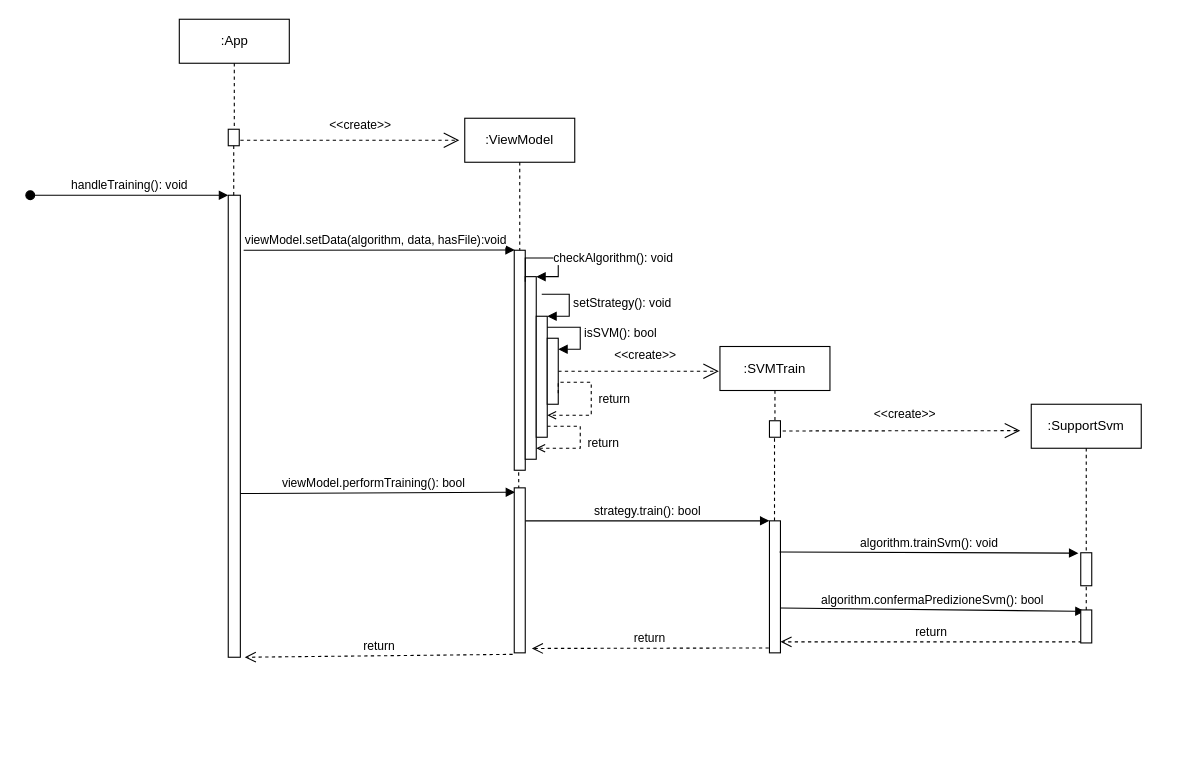
teamafkSWE/PredireInGrafana-docs keeps this draw.io diagram as Diagrams/Sequence_diagrams/trainSVM.drawio. Above is the earlier version. Source tidied: cells renumbered, new cells numbered last; positions are measured from the earlier drawing's top-left corner, leaving out a move shared by most shapes. Both pictures are drawn from the tidied source at 110%, with x=0, y=0 at pixel (30, 19).
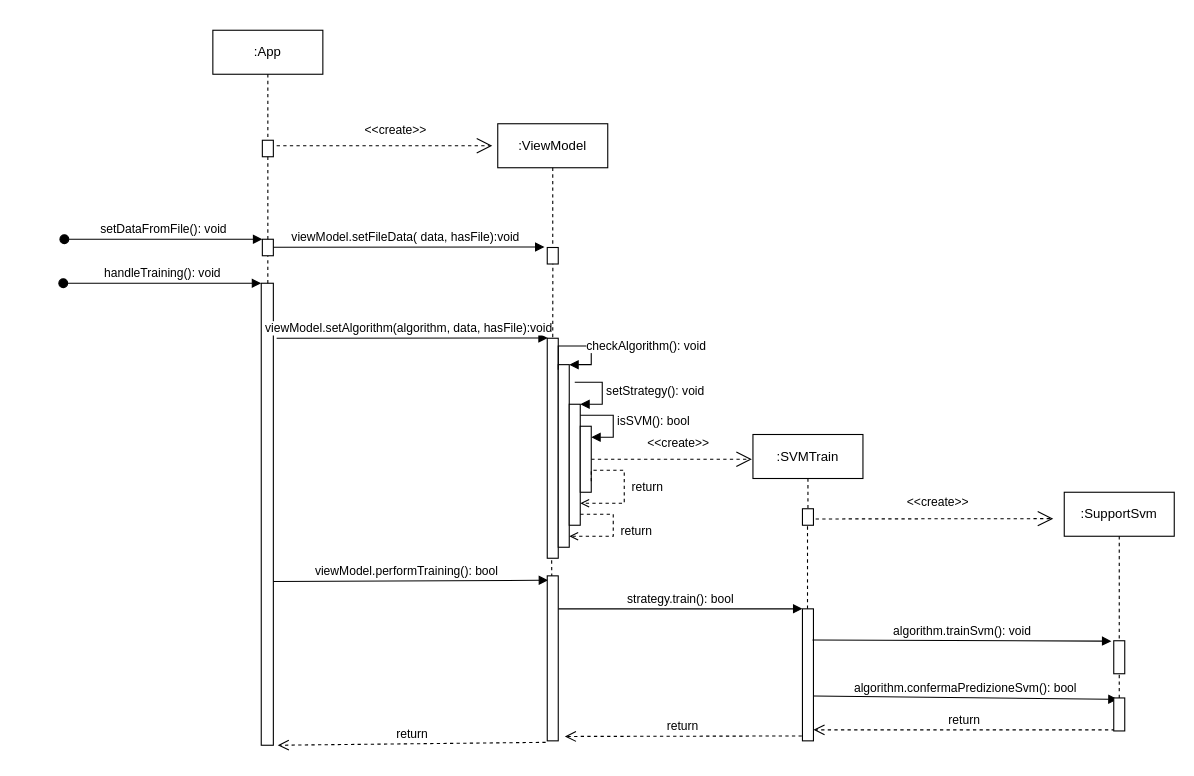
After the change.

Commit message (it also covers changes not shown here):
corretto diagramma a sequenza SVM

corretto diagramma a sequenza SVM

Unchanged cells that the change refers to:
```xml
<mxCell id="16" style="html=1;points=[];perimeter=orthogonalPerimeter;" parent="15" vertex="1">
  <mxGeometry x="45" y="135" width="10" height="30" as="geometry" />
</mxCell>
```

Change to the diagram source:
```diff
@@
-    <mxCell id="2" style="html=1;points=[];perimeter=orthogonalPerimeter;" parent="1" vertex="1">
-      <mxGeometry x="180" y="160" width="11" height="420" as="geometry" />
-    </mxCell>
-    <mxCell id="3" style="html=1;points=[];perimeter=orthogonalPerimeter;" parent="1" vertex="1">
-      <mxGeometry x="440" y="210" width="10" height="200" as="geometry" />
-    </mxCell>
-    <mxCell id="4" value="&amp;lt;&amp;lt;create&amp;gt;&amp;gt;" style="endArrow=open;endSize=12;dashed=1;html=1;entryX=0;entryY=0.5;entryDx=0;entryDy=0;" parent="1" edge="1">
-      <mxGeometry x="0.1" y="14" relative="1" as="geometry">
-        <mxPoint x="191" y="110" as="sourcePoint" />
-        <mxPoint x="390" y="110" as="targetPoint" />
-      </mxGeometry>
-    </mxCell>
+    <mxCell id="37" style="html=1;points=[];perimeter=orthogonalPerimeter;" parent="1" vertex="1">
+      <mxGeometry x="210" y="240" width="11" height="420" as="geometry" />
+    </mxCell>
+    <mxCell id="38" style="html=1;points=[];perimeter=orthogonalPerimeter;" parent="1" vertex="1">
+      <mxGeometry x="470" y="290" width="10" height="200" as="geometry" />
+    </mxCell>
     <mxCell id="5" value=":App" style="shape=umlLifeline;perimeter=lifelinePerimeter;whiteSpace=wrap;html=1;" parent="1" vertex="1">
-      <mxGeometry x="135.5" width="100" height="100" as="geometry" />
+      <mxGeometry x="166" y="10" width="100" height="100" as="geometry" />
     </mxCell>
     <mxCell id="6" value="handleTraining(): void" style="html=1;verticalAlign=bottom;startArrow=oval;endArrow=block;startSize=8;" parent="1" edge="1">
       <mxGeometry relative="1" as="geometry">
-        <mxPoint y="160" as="sourcePoint" />
-        <mxPoint x="180" y="160" as="targetPoint" />
+        <mxPoint x="30" y="240" as="sourcePoint" />
+        <mxPoint x="210" y="240" as="targetPoint" />
       </mxGeometry>
     </mxCell>
-    <mxCell id="7" style="html=1;points=[];perimeter=orthogonalPerimeter;" parent="1" vertex="1">
-      <mxGeometry x="450" y="234" width="10" height="166" as="geometry" />
-    </mxCell>
+    <mxCell id="39" style="html=1;points=[];perimeter=orthogonalPerimeter;" parent="1" vertex="1">
+      <mxGeometry x="480" y="314" width="10" height="166" as="geometry" />
+    </mxCell>
-    <mxCell id="8" value="checkAlgorithm(): void" style="edgeStyle=orthogonalEdgeStyle;html=1;align=left;spacingLeft=2;endArrow=block;rounded=0;entryX=1;entryY=0;exitX=1;exitY=0.143;exitDx=0;exitDy=0;exitPerimeter=0;" parent="1" edge="1" source="3" target="7">
+    <mxCell id="8" value="checkAlgorithm(): void" style="edgeStyle=orthogonalEdgeStyle;html=1;align=left;spacingLeft=2;endArrow=block;rounded=0;entryX=1;entryY=0;exitX=1;exitY=0.143;exitDx=0;exitDy=0;exitPerimeter=0;" parent="1" edge="1" source="38" target="39">
       <mxGeometry relative="1" as="geometry">
         <Array as="points">
-          <mxPoint x="480" y="217" />
-          <mxPoint x="480" y="234" />
+          <mxPoint x="510" y="297" />
+          <mxPoint x="510" y="314" />
         </Array>
       </mxGeometry>
     </mxCell>
-    <mxCell id="9" style="html=1;points=[];perimeter=orthogonalPerimeter;" parent="1" vertex="1">
-      <mxGeometry x="460" y="270" width="10" height="110" as="geometry" />
-    </mxCell>
+    <mxCell id="40" style="html=1;points=[];perimeter=orthogonalPerimeter;" parent="1" vertex="1">
+      <mxGeometry x="490" y="350" width="10" height="110" as="geometry" />
+    </mxCell>
-    <mxCell id="10" value="setStrategy(): void" style="edgeStyle=orthogonalEdgeStyle;html=1;align=left;spacingLeft=2;endArrow=block;rounded=0;entryX=1;entryY=0;" parent="1" edge="1" target="9">
+    <mxCell id="10" value="setStrategy(): void" style="edgeStyle=orthogonalEdgeStyle;html=1;align=left;spacingLeft=2;endArrow=block;rounded=0;entryX=1;entryY=0;" parent="1" edge="1" target="40">
       <mxGeometry relative="1" as="geometry">
-        <mxPoint x="465" y="250" as="sourcePoint" />
+        <mxPoint x="495" y="330" as="sourcePoint" />
         <Array as="points">
-          <mxPoint x="490" y="250" />
-          <mxPoint x="490" y="270" />
-          <mxPoint x="470" y="270" />
+          <mxPoint x="520" y="330" />
+          <mxPoint x="520" y="350" />
+          <mxPoint x="500" y="350" />
         </Array>
       </mxGeometry>
     </mxCell>
-    <mxCell id="11" value="isSVM(): bool" style="edgeStyle=orthogonalEdgeStyle;html=1;align=left;spacingLeft=2;endArrow=block;rounded=0;" parent="1" edge="1" source="9">
+    <mxCell id="11" value="isSVM(): bool" style="edgeStyle=orthogonalEdgeStyle;html=1;align=left;spacingLeft=2;endArrow=block;rounded=0;" parent="1" edge="1" source="40">
       <mxGeometry relative="1" as="geometry">
-        <mxPoint x="480" y="300" as="targetPoint" />
+        <mxPoint x="510" y="380" as="targetPoint" />
         <Array as="points">
-          <mxPoint x="500" y="280" />
-          <mxPoint x="500" y="300" />
+          <mxPoint x="530" y="360" />
+          <mxPoint x="530" y="380" />
         </Array>
       </mxGeometry>
     </mxCell>
     <mxCell id="12" value=":SVMTrain" style="shape=umlLifeline;perimeter=lifelinePerimeter;whiteSpace=wrap;html=1;" parent="1" vertex="1">
-      <mxGeometry x="627" y="297.5" width="100" height="72.5" as="geometry" />
+      <mxGeometry x="657" y="377.5" width="100" height="72.5" as="geometry" />
     </mxCell>
-    <mxCell id="13" style="html=1;points=[];perimeter=orthogonalPerimeter;" parent="1" vertex="1">
-      <mxGeometry x="672" y="456" width="10" height="120" as="geometry" />
-    </mxCell>
+    <mxCell id="41" style="html=1;points=[];perimeter=orthogonalPerimeter;" parent="1" vertex="1">
+      <mxGeometry x="702" y="536" width="10" height="120" as="geometry" />
+    </mxCell>
-    <mxCell id="14" value="&amp;lt;&amp;lt;create&amp;gt;&amp;gt;" style="endArrow=open;endSize=12;dashed=1;html=1;exitX=1;exitY=0.5;exitDx=0;exitDy=0;exitPerimeter=0;" parent="1" edge="1" source="26">
+    <mxCell id="14" value="&amp;lt;&amp;lt;create&amp;gt;&amp;gt;" style="endArrow=open;endSize=12;dashed=1;html=1;exitX=1;exitY=0.5;exitDx=0;exitDy=0;exitPerimeter=0;" parent="1" edge="1" source="44">
       <mxGeometry x="0.08" y="15" relative="1" as="geometry">
-        <mxPoint x="626" y="320" as="targetPoint" />
+        <mxPoint x="656" y="400" as="targetPoint" />
       </mxGeometry>
     </mxCell>
     <mxCell id="15" value=":SupportSvm" style="shape=umlLifeline;perimeter=lifelinePerimeter;whiteSpace=wrap;html=1;" parent="1" vertex="1">
-      <mxGeometry x="910" y="350" width="100" height="190" as="geometry" />
+      <mxGeometry x="940" y="430" width="100" height="190" as="geometry" />
     </mxCell>
@@
-    <mxCell id="17" value="return" style="html=1;verticalAlign=bottom;endArrow=open;dashed=1;endSize=8;" parent="1" edge="1" target="13">
+    <mxCell id="17" value="return" style="html=1;verticalAlign=bottom;endArrow=open;dashed=1;endSize=8;" parent="1" edge="1" target="41">
       <mxGeometry relative="1" as="geometry">
-        <mxPoint x="956" y="566" as="sourcePoint" />
+        <mxPoint x="986" y="646" as="sourcePoint" />
       </mxGeometry>
     </mxCell>
-    <mxCell id="18" value="return" style="html=1;verticalAlign=bottom;endArrow=open;dashed=1;endSize=8;exitX=-0.057;exitY=0.963;exitDx=0;exitDy=0;exitPerimeter=0;" parent="1" edge="1" source="13">
+    <mxCell id="18" value="return" style="html=1;verticalAlign=bottom;endArrow=open;dashed=1;endSize=8;exitX=-0.057;exitY=0.963;exitDx=0;exitDy=0;exitPerimeter=0;" parent="1" edge="1" source="41">
       <mxGeometry relative="1" as="geometry">
-        <mxPoint x="456" y="572" as="targetPoint" />
+        <mxPoint x="486" y="652" as="targetPoint" />
       </mxGeometry>
     </mxCell>
-    <mxCell id="19" value="return" style="html=1;verticalAlign=bottom;endArrow=open;dashed=1;endSize=8;exitX=-0.143;exitY=1.009;exitDx=0;exitDy=0;exitPerimeter=0;" parent="1" edge="1" source="29">
+    <mxCell id="19" value="return" style="html=1;verticalAlign=bottom;endArrow=open;dashed=1;endSize=8;exitX=-0.143;exitY=1.009;exitDx=0;exitDy=0;exitPerimeter=0;" parent="1" edge="1" source="47">
       <mxGeometry relative="1" as="geometry">
-        <mxPoint x="195" y="580" as="targetPoint" />
+        <mxPoint x="225" y="660" as="targetPoint" />
       </mxGeometry>
     </mxCell>
-    <mxCell id="20" value="algorithm.trainSvm(): void" style="html=1;verticalAlign=bottom;endArrow=block;entryX=-0.214;entryY=0.012;entryDx=0;entryDy=0;entryPerimeter=0;exitX=0.917;exitY=0.236;exitDx=0;exitDy=0;exitPerimeter=0;" parent="1" edge="1" source="13" target="16">
+    <mxCell id="20" value="algorithm.trainSvm(): void" style="html=1;verticalAlign=bottom;endArrow=block;entryX=-0.214;entryY=0.012;entryDx=0;entryDy=0;entryPerimeter=0;exitX=0.917;exitY=0.236;exitDx=0;exitDy=0;exitPerimeter=0;" parent="1" edge="1" source="41" target="16">
       <mxGeometry relative="1" as="geometry" />
     </mxCell>
-    <mxCell id="21" value="algorithm.confermaPredizioneSvm(): bool" style="html=1;verticalAlign=bottom;endArrow=block;entryX=0.357;entryY=0.043;entryDx=0;entryDy=0;entryPerimeter=0;exitX=1;exitY=0.66;exitDx=0;exitDy=0;exitPerimeter=0;" parent="1" edge="1" source="13" target="31">
+    <mxCell id="21" value="algorithm.confermaPredizioneSvm(): bool" style="html=1;verticalAlign=bottom;endArrow=block;entryX=0.357;entryY=0.043;entryDx=0;entryDy=0;entryPerimeter=0;exitX=1;exitY=0.66;exitDx=0;exitDy=0;exitPerimeter=0;" parent="1" edge="1" source="41" target="49">
       <mxGeometry relative="1" as="geometry" />
     </mxCell>
-    <mxCell id="22" value="&amp;lt;&amp;lt;create&amp;gt;&amp;gt;" style="endArrow=open;endSize=12;dashed=1;html=1;" parent="1" edge="1">
-      <mxGeometry x="0.08" y="15" relative="1" as="geometry">
-        <mxPoint x="672" y="374.3" as="sourcePoint" />
-        <mxPoint x="900" y="374" as="targetPoint" />
-      </mxGeometry>
-    </mxCell>
-    <mxCell id="23" value="viewModel.setData(algorithm, data, hasFile):void" style="html=1;verticalAlign=bottom;endArrow=block;entryX=-0.25;entryY=0.129;entryDx=0;entryDy=0;entryPerimeter=0;" parent="1" edge="1">
-      <mxGeometry x="-0.03" relative="1" as="geometry">
-        <mxPoint x="194" y="210" as="sourcePoint" />
-        <mxPoint x="440.5" y="209.7" as="targetPoint" />
-      </mxGeometry>
-    </mxCell>
+    <mxCell id="42" value="&amp;lt;&amp;lt;create&amp;gt;&amp;gt;" style="endArrow=open;endSize=12;dashed=1;html=1;" parent="1" edge="1">
+      <mxGeometry x="0.08" y="15" relative="1" as="geometry">
+        <mxPoint x="702" y="454.3" as="sourcePoint" />
+        <mxPoint x="930" y="454" as="targetPoint" />
+      </mxGeometry>
+    </mxCell>
+    <mxCell id="43" value="viewModel.setAlgorithm(algorithm, data, hasFile):void" style="html=1;verticalAlign=bottom;endArrow=block;entryX=-0.25;entryY=0.129;entryDx=0;entryDy=0;entryPerimeter=0;" parent="1" edge="1">
+      <mxGeometry x="-0.03" relative="1" as="geometry">
+        <mxPoint x="224" y="290" as="sourcePoint" />
+        <mxPoint x="470.5" y="289.7" as="targetPoint" />
+      </mxGeometry>
+    </mxCell>
     <mxCell id="24" value="viewModel.performTraining(): bool" style="html=1;verticalAlign=bottom;endArrow=block;entryX=0.083;entryY=0.111;entryDx=0;entryDy=0;entryPerimeter=0;" parent="1" edge="1">
       <mxGeometry x="-0.03" relative="1" as="geometry">
-        <mxPoint x="191" y="431.2" as="sourcePoint" />
-        <mxPoint x="440.8" y="430" as="targetPoint" />
+        <mxPoint x="221" y="511.2" as="sourcePoint" />
+        <mxPoint x="470.8" y="510" as="targetPoint" />
       </mxGeometry>
     </mxCell>
-    <mxCell id="25" value="strategy.train(): bool" style="html=1;verticalAlign=bottom;endArrow=block;" parent="1" edge="1" target="13">
+    <mxCell id="25" value="strategy.train(): bool" style="html=1;verticalAlign=bottom;endArrow=block;" parent="1" edge="1" target="41">
       <mxGeometry relative="1" as="geometry">
-        <mxPoint x="450" y="456" as="sourcePoint" />
+        <mxPoint x="480" y="536" as="sourcePoint" />
       </mxGeometry>
     </mxCell>
-    <mxCell id="26" style="html=1;points=[];perimeter=orthogonalPerimeter;" parent="1" vertex="1">
-      <mxGeometry x="470" y="290" width="10" height="60" as="geometry" />
-    </mxCell>
+    <mxCell id="44" style="html=1;points=[];perimeter=orthogonalPerimeter;" parent="1" vertex="1">
+      <mxGeometry x="500" y="370" width="10" height="60" as="geometry" />
+    </mxCell>
     <mxCell id="27" value=":ViewModel" style="shape=umlLifeline;perimeter=lifelinePerimeter;whiteSpace=wrap;html=1;" parent="1" vertex="1">
-      <mxGeometry x="395" y="90" width="100" height="120" as="geometry" />
+      <mxGeometry x="425" y="95" width="100" height="120" as="geometry" />
     </mxCell>
-    <mxCell id="28" style="endArrow=none;dashed=1;html=1;exitX=0.41;exitY=0.006;exitDx=0;exitDy=0;exitPerimeter=0;" parent="1" edge="1" source="29">
-      <mxGeometry relative="1" as="geometry">
-        <mxPoint x="444" y="410" as="targetPoint" />
-      </mxGeometry>
-    </mxCell>
-    <mxCell id="29" style="html=1;points=[];perimeter=orthogonalPerimeter;" parent="1" vertex="1">
-      <mxGeometry x="440" y="426" width="10" height="150" as="geometry" />
-    </mxCell>
-    <mxCell id="30" style="html=1;perimeter=orthogonalPerimeter;" parent="1" vertex="1">
-      <mxGeometry x="672" y="365" width="10" height="15" as="geometry" />
-    </mxCell>
-    <mxCell id="31" style="html=1;points=[];perimeter=orthogonalPerimeter;" parent="1" vertex="1">
-      <mxGeometry x="955" y="537" width="10" height="30" as="geometry" />
-    </mxCell>
-    <mxCell id="32" style="endArrow=none;dashed=1;html=1;" parent="1" edge="1" source="13">
-      <mxGeometry relative="1" as="geometry">
-        <mxPoint x="676.6" y="380" as="targetPoint" />
-      </mxGeometry>
-    </mxCell>
-    <mxCell id="33" value="&amp;nbsp;return" style="edgeStyle=orthogonalEdgeStyle;html=1;align=left;spacingLeft=2;endArrow=open;rounded=0;dashed=1;endFill=0;" parent="1" edge="1" target="9">
-      <mxGeometry relative="1" as="geometry">
-        <mxPoint x="480" y="340" as="sourcePoint" />
-        <Array as="points">
-          <mxPoint x="480" y="330" />
-          <mxPoint x="510" y="330" />
-          <mxPoint x="510" y="360" />
-        </Array>
-      </mxGeometry>
-    </mxCell>
-    <mxCell id="34" value="&amp;nbsp;return" style="edgeStyle=orthogonalEdgeStyle;html=1;align=left;spacingLeft=2;endArrow=open;rounded=0;dashed=1;endFill=0;" parent="1" edge="1">
-      <mxGeometry relative="1" as="geometry">
-        <mxPoint x="470" y="370" as="sourcePoint" />
-        <mxPoint x="460" y="390" as="targetPoint" />
-        <Array as="points">
-          <mxPoint x="500" y="370" />
-          <mxPoint x="500" y="390" />
-          <mxPoint x="460" y="390" />
-        </Array>
-      </mxGeometry>
-    </mxCell>
-    <mxCell id="35" style="html=1;points=[];perimeter=orthogonalPerimeter;" parent="1" vertex="1">
-      <mxGeometry x="180" y="100" width="10" height="15" as="geometry" />
-    </mxCell>
-    <mxCell id="36" style="endArrow=none;dashed=1;html=1;entryX=0.498;entryY=0.989;entryDx=0;entryDy=0;entryPerimeter=0;" parent="1" edge="1" source="2" target="35">
-      <mxGeometry relative="1" as="geometry" />
-    </mxCell>
+    <mxCell id="45" value="&amp;lt;&amp;lt;create&amp;gt;&amp;gt;" style="endArrow=open;endSize=12;dashed=1;html=1;" parent="27" edge="1">
+      <mxGeometry x="0.1" y="14" relative="1" as="geometry">
+        <mxPoint x="-201" y="20" as="sourcePoint" />
+        <mxPoint x="-5" y="20" as="targetPoint" />
+      </mxGeometry>
+    </mxCell>
+    <mxCell id="46" style="endArrow=none;dashed=1;html=1;exitX=0.41;exitY=0.006;exitDx=0;exitDy=0;exitPerimeter=0;" parent="1" edge="1" source="47">
+      <mxGeometry relative="1" as="geometry">
+        <mxPoint x="474" y="490" as="targetPoint" />
+      </mxGeometry>
+    </mxCell>
+    <mxCell id="47" style="html=1;points=[];perimeter=orthogonalPerimeter;" parent="1" vertex="1">
+      <mxGeometry x="470" y="506" width="10" height="150" as="geometry" />
+    </mxCell>
+    <mxCell id="48" style="html=1;perimeter=orthogonalPerimeter;" parent="1" vertex="1">
+      <mxGeometry x="702" y="445" width="10" height="15" as="geometry" />
+    </mxCell>
+    <mxCell id="49" style="html=1;points=[];perimeter=orthogonalPerimeter;" parent="1" vertex="1">
+      <mxGeometry x="985" y="617" width="10" height="30" as="geometry" />
+    </mxCell>
+    <mxCell id="50" style="endArrow=none;dashed=1;html=1;" parent="1" edge="1" source="41">
+      <mxGeometry relative="1" as="geometry">
+        <mxPoint x="706.6" y="460" as="targetPoint" />
+      </mxGeometry>
+    </mxCell>
+    <mxCell id="51" value="&amp;nbsp;return" style="edgeStyle=orthogonalEdgeStyle;html=1;align=left;spacingLeft=2;endArrow=open;rounded=0;dashed=1;endFill=0;" parent="1" edge="1" target="40">
+      <mxGeometry relative="1" as="geometry">
+        <mxPoint x="510" y="420" as="sourcePoint" />
+        <Array as="points">
+          <mxPoint x="510" y="410" />
+          <mxPoint x="540" y="410" />
+          <mxPoint x="540" y="440" />
+        </Array>
+      </mxGeometry>
+    </mxCell>
+    <mxCell id="52" value="&amp;nbsp;return" style="edgeStyle=orthogonalEdgeStyle;html=1;align=left;spacingLeft=2;endArrow=open;rounded=0;dashed=1;endFill=0;" parent="1" edge="1">
+      <mxGeometry relative="1" as="geometry">
+        <mxPoint x="500" y="450" as="sourcePoint" />
+        <mxPoint x="490" y="470" as="targetPoint" />
+        <Array as="points">
+          <mxPoint x="530" y="450" />
+          <mxPoint x="530" y="470" />
+          <mxPoint x="490" y="470" />
+        </Array>
+      </mxGeometry>
+    </mxCell>
+    <mxCell id="53" style="endArrow=none;dashed=1;html=1;entryX=0.498;entryY=0.989;entryDx=0;entryDy=0;entryPerimeter=0;" parent="1" edge="1" source="37" target="54">
+      <mxGeometry relative="1" as="geometry" />
+    </mxCell>
+    <mxCell id="54" style="html=1;points=[];perimeter=orthogonalPerimeter;" parent="1" vertex="1">
+      <mxGeometry x="211" y="200" width="10" height="15" as="geometry" />
+    </mxCell>
+    <mxCell id="55" value="setDataFromFile(): void" style="html=1;verticalAlign=bottom;startArrow=oval;endArrow=block;startSize=8;" parent="1" edge="1">
+      <mxGeometry relative="1" as="geometry">
+        <mxPoint x="31" y="200" as="sourcePoint" />
+        <mxPoint x="211" y="200" as="targetPoint" />
+      </mxGeometry>
+    </mxCell>
+    <mxCell id="56" value="viewModel.setFileData( data, hasFile):void" style="html=1;verticalAlign=bottom;endArrow=block;entryX=-0.25;entryY=0.129;entryDx=0;entryDy=0;entryPerimeter=0;" parent="1" edge="1">
+      <mxGeometry x="-0.03" relative="1" as="geometry">
+        <mxPoint x="221" y="207.3" as="sourcePoint" />
+        <mxPoint x="467.5" y="207" as="targetPoint" />
+      </mxGeometry>
+    </mxCell>
+    <mxCell id="57" style="html=1;points=[];perimeter=orthogonalPerimeter;" parent="1" vertex="1">
+      <mxGeometry x="470" y="207.5" width="10" height="15" as="geometry" />
+    </mxCell>
+    <mxCell id="58" style="html=1;points=[];perimeter=orthogonalPerimeter;" parent="1" vertex="1">
+      <mxGeometry x="211" y="110" width="10" height="15" as="geometry" />
+    </mxCell>
+    <mxCell id="59" style="endArrow=none;dashed=1;html=1;" parent="1" edge="1" source="54" target="58">
+      <mxGeometry relative="1" as="geometry" />
+    </mxCell>
+    <mxCell id="60" style="endArrow=none;dashed=1;html=1;entryX=0.51;entryY=0.989;entryDx=0;entryDy=0;entryPerimeter=0;" parent="1" edge="1" target="57">
+      <mxGeometry relative="1" as="geometry">
+        <mxPoint x="475" y="289" as="sourcePoint" />
+      </mxGeometry>
+    </mxCell>
```
